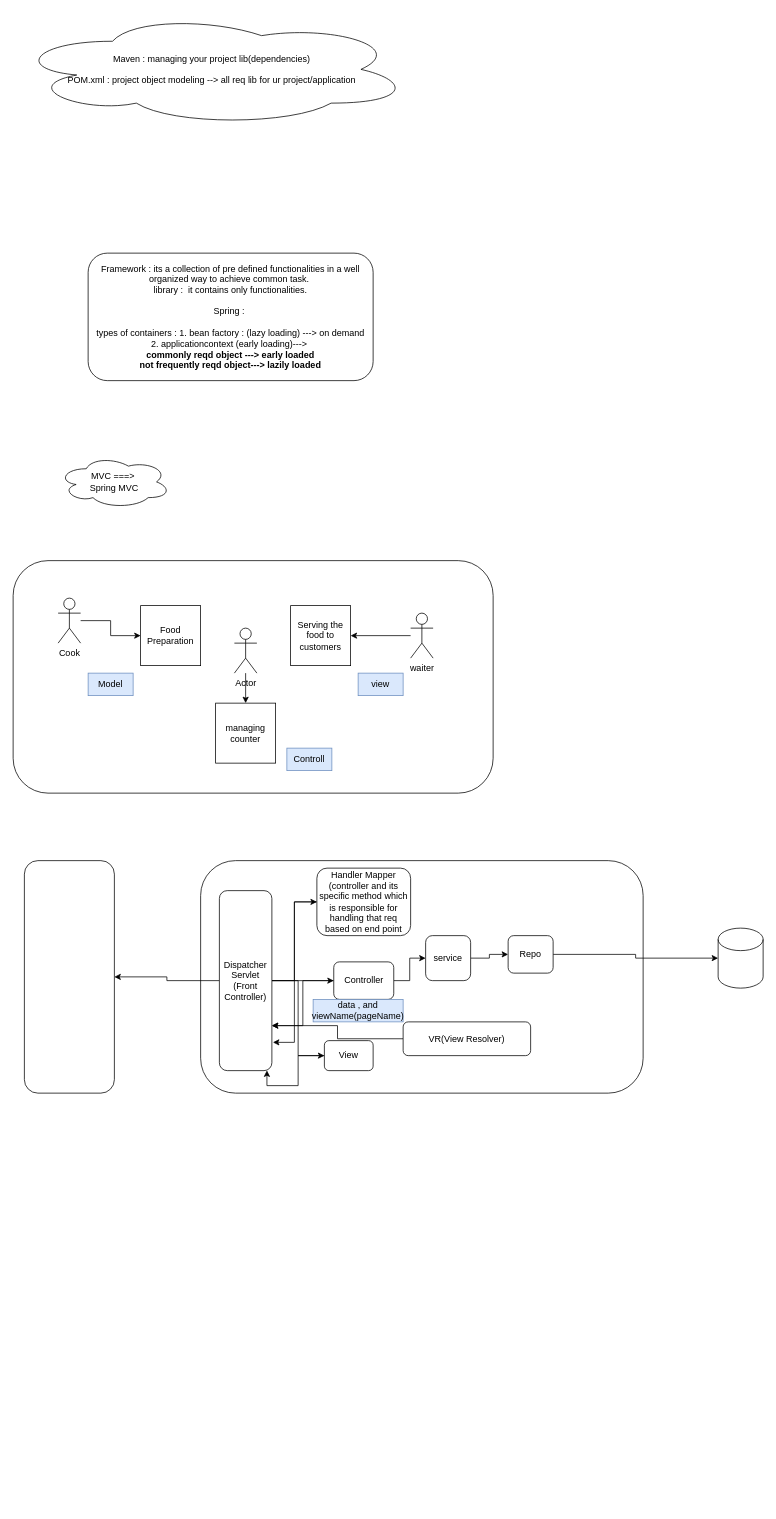
The draw.io diagram page "maven" (4 of 4) of Untitled Diagram.drawio in abhinandanchivate/imarticusciti, before the edit. Source tidied: cells renumbered, new cells numbered last; positions are measured from the earlier drawing's top-left corner, leaving out a move shared by most shapes. Both pictures are drawn from the tidied source at 75%, with x=0, y=0 at pixel (13, 13).
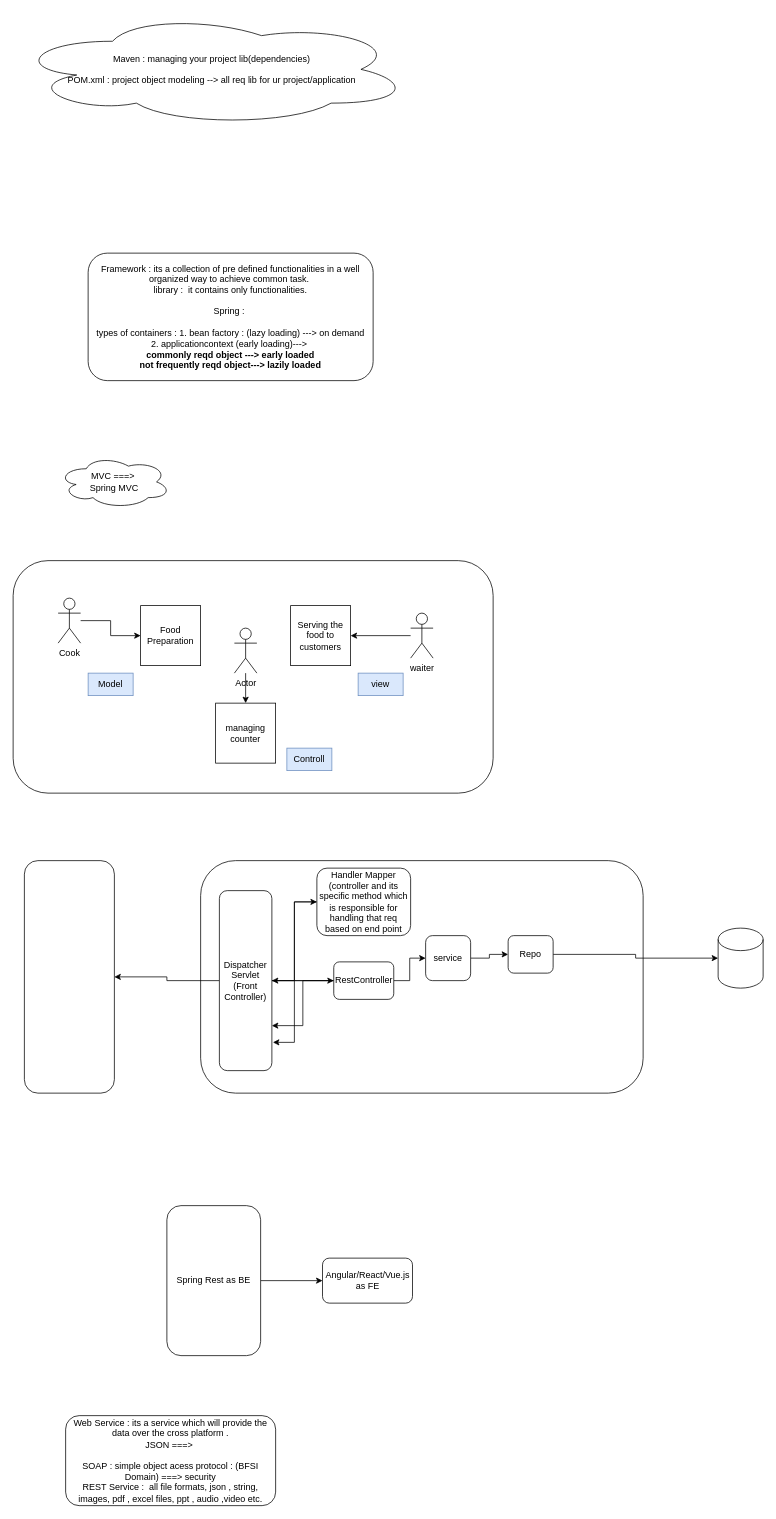
The same diagram, later.

The change refers to these unchanged cells:
```xml
<mxCell id="24" value="Dispatcher Servlet&lt;br&gt;(Front Controller)" style="rounded=1;whiteSpace=wrap;html=1;" parent="1" vertex="1">
  <mxGeometry x="275" y="1170" width="70" height="240" as="geometry" />
</mxCell>
```

Change to the diagram source:
```diff
@@
-    <mxCell id="22" style="edgeStyle=orthogonalEdgeStyle;rounded=0;jettySize=auto;html=1;" parent="1" edge="1" source="24" target="37">
-      <mxGeometry relative="1" as="geometry" />
-    </mxCell>
@@
+    <mxCell id="40" style="edgeStyle=orthogonalEdgeStyle;rounded=0;jettySize=auto;html=1;" parent="1" edge="1" source="29" target="24">
+      <mxGeometry relative="1" as="geometry" />
+    </mxCell>
-    <mxCell id="29" value="Controller" style="whiteSpace=wrap;html=1;rounded=1;" parent="1" vertex="1">
+    <mxCell id="29" value="RestController" style="whiteSpace=wrap;html=1;rounded=1;" parent="1" vertex="1">
       <mxGeometry x="427.5" y="1265" width="80" height="50" as="geometry" />
     </mxCell>
-    <mxCell id="30" value="data , and viewName(pageName)" style="text;html=1;strokeColor=#6c8ebf;fillColor=#dae8fc;align=center;verticalAlign=middle;whiteSpace=wrap;rounded=0;" parent="1" vertex="1">
-      <mxGeometry x="400" y="1315" width="120" height="30" as="geometry" />
-    </mxCell>
@@
-    <mxCell id="36" style="edgeStyle=orthogonalEdgeStyle;rounded=0;jettySize=auto;html=1;entryX=0.906;entryY=0.999;entryDx=0;entryDy=0;entryPerimeter=0;" parent="1" edge="1" source="37" target="24">
-      <mxGeometry relative="1" as="geometry" />
-    </mxCell>
-    <mxCell id="37" value="View" style="whiteSpace=wrap;html=1;rounded=1;" parent="1" vertex="1">
-      <mxGeometry x="415" y="1370" width="65" height="40" as="geometry" />
-    </mxCell>
-    <mxCell id="38" style="edgeStyle=orthogonalEdgeStyle;rounded=0;jettySize=auto;html=1;entryX=1;entryY=0.75;entryDx=0;entryDy=0;" parent="1" edge="1" source="39" target="24">
-      <mxGeometry relative="1" as="geometry" />
-    </mxCell>
-    <mxCell id="39" value="VR(View Resolver)" style="rounded=1;whiteSpace=wrap;html=1;" parent="1" vertex="1">
-      <mxGeometry x="520" y="1345" width="170" height="45" as="geometry" />
-    </mxCell>
+    <mxCell id="41" style="edgeStyle=orthogonalEdgeStyle;rounded=0;jettySize=auto;html=1;" parent="1" edge="1" source="42" target="43">
+      <mxGeometry relative="1" as="geometry" />
+    </mxCell>
+    <mxCell id="42" value="Spring Rest as BE" style="rounded=1;whiteSpace=wrap;html=1;" parent="1" vertex="1">
+      <mxGeometry x="205" y="1590" width="125" height="200" as="geometry" />
+    </mxCell>
+    <mxCell id="43" value="Angular/React/Vue.js as FE" style="whiteSpace=wrap;html=1;rounded=1;" parent="1" vertex="1">
+      <mxGeometry x="412.5" y="1660" width="120" height="60" as="geometry" />
+    </mxCell>
+    <mxCell id="44" value="Web Service : its a service which will provide the data over the cross platform .&lt;br&gt;JSON ===&amp;gt;&amp;nbsp;&lt;br&gt;&lt;br&gt;SOAP : simple object acess protocol : (BFSI Domain) ===&amp;gt; security&lt;br&gt;REST Service :&amp;nbsp; all file formats, json , string, images, pdf , excel files, ppt , audio ,video etc.&lt;br&gt;" style="rounded=1;whiteSpace=wrap;html=1;" parent="1" vertex="1">
+      <mxGeometry x="70" y="1870" width="280" height="120" as="geometry" />
+    </mxCell>
```
